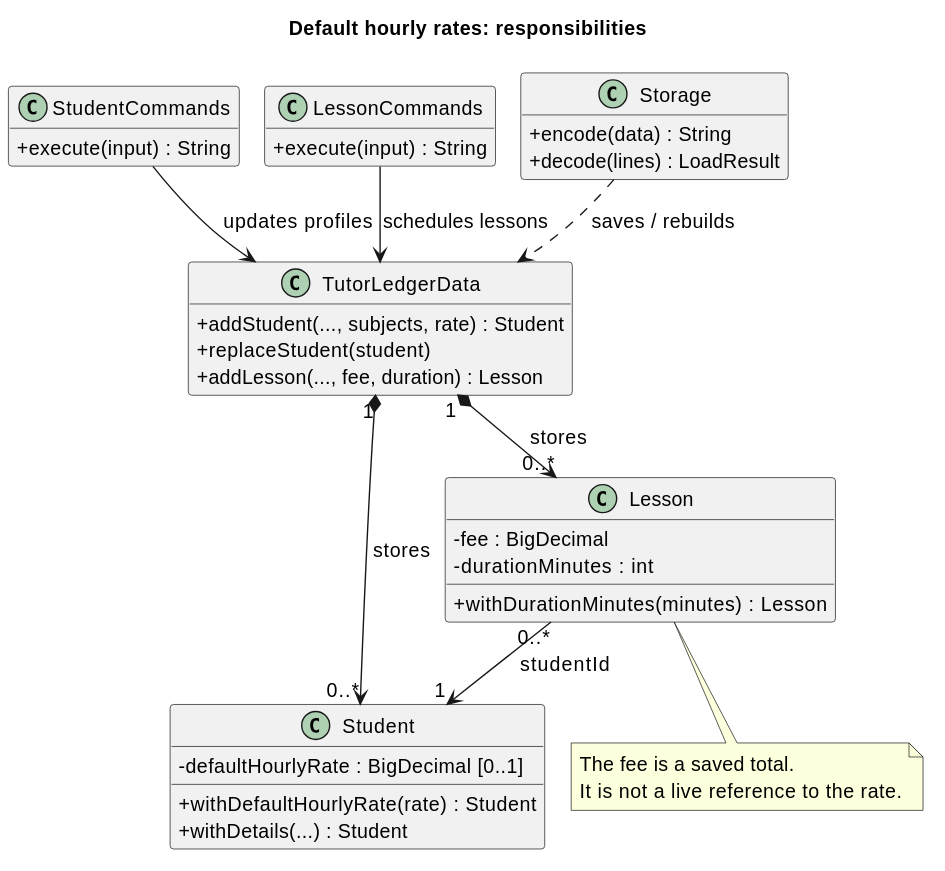
The PlantUML diagram docs/diagrams/hourly-rate-class.svg in AY2627S1-CS2113-W12-2/tp, before a commit. Its source is kept beside it as docs/diagrams/hourly-rate-class.puml. Source of this version:
```plantuml
@startuml
!pragma layout smetana
skinparam backgroundColor white
skinparam defaultFontSize 14
skinparam shadowing false
skinparam classAttributeIconSize 0
hide empty members
title Default hourly rates: responsibilities

class StudentCommands {
  +execute(input) : String
}
class LessonCommands {
  +execute(input) : String
}
class TutorLedgerData {
  +addStudent(..., subjects, rate) : Student
  +replaceStudent(student)
  +addLesson(..., fee, duration) : Lesson
}
class Student {
  -defaultHourlyRate : BigDecimal [0..1]
  +withDefaultHourlyRate(rate) : Student
  +withDetails(...) : Student
}
class Lesson {
  -fee : BigDecimal
  -durationMinutes : int
  +withDurationMinutes(minutes) : Lesson
}
class Storage {
  +encode(data) : String
  +decode(lines) : LoadResult
}
StudentCommands --> TutorLedgerData : updates profiles
LessonCommands --> TutorLedgerData : schedules lessons
TutorLedgerData "1" *--> "0..*" Student : stores
TutorLedgerData "1" *--> "0..*" Lesson : stores
Lesson "0..*" --> "1" Student : studentId
Storage ..> TutorLedgerData : saves / rebuilds
note bottom of Lesson
  The fee is a saved total.
  It is not a live reference to the rate.
end note
@enduml
```
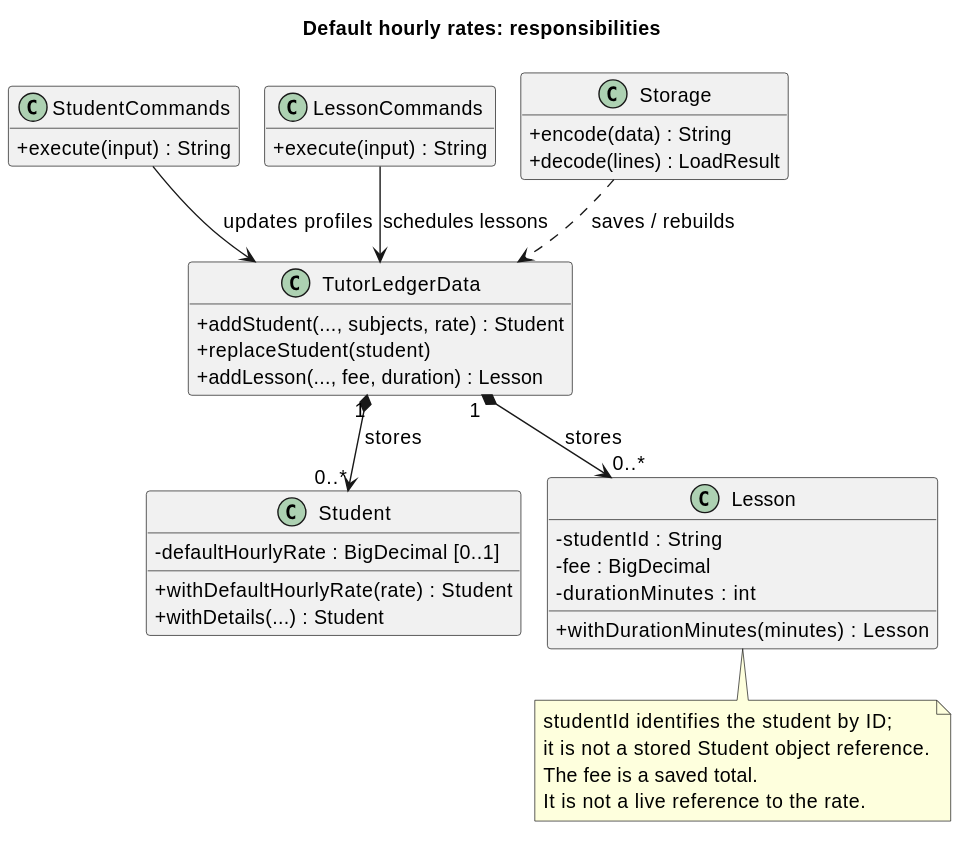
After the change.

What changed in the source:
```diff
@@ -24,6 +24,7 @@
   +withDetails(...) : Student
 }
 class Lesson {
+  -studentId : String
   -fee : BigDecimal
   -durationMinutes : int
   +withDurationMinutes(minutes) : Lesson
@@ -36,9 +37,10 @@
 LessonCommands --> TutorLedgerData : schedules lessons
 TutorLedgerData "1" *--> "0..*" Student : stores
 TutorLedgerData "1" *--> "0..*" Lesson : stores
-Lesson "0..*" --> "1" Student : studentId
 Storage ..> TutorLedgerData : saves / rebuilds
 note bottom of Lesson
+  studentId identifies the student by ID;
+  it is not a stored Student object reference.
   The fee is a saved total.
   It is not a live reference to the rate.
 end note
```
